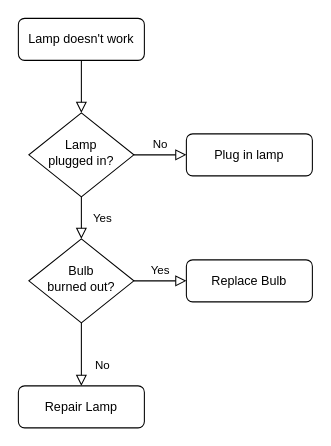
This is 操作系统线程状态关系.drawio from Rain-ziyu/img, a draw.io file, before an edit. Source tidied: cells renumbered, new cells numbered last; positions are measured from the earlier drawing's top-left corner, leaving out a move shared by most shapes. Both pictures are drawn from the tidied source at 105%, with x=0, y=0 at pixel (18, 18).
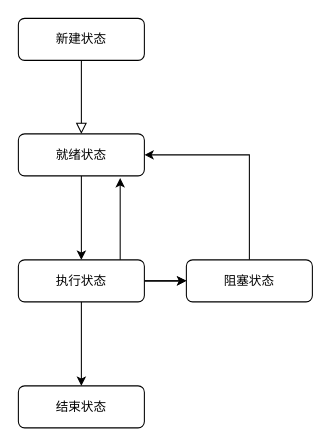
The same page after the edit.

Commit message:
更新操作系统线程状态关系.drawio

What changed in the source:
```diff
@@
 <mxGraphModel>
   <root>
     <mxCell id="0" />
     <mxCell id="1" parent="0" />
-    <mxCell id="2" style="rounded=0;html=1;jettySize=auto;fontSize=11;endArrow=block;endFill=0;endSize=8;strokeWidth=1;shadow=0;labelBackgroundColor=none;edgeStyle=orthogonalEdgeStyle;" parent="1" edge="1" source="3" target="6">
+    <mxCell id="2" style="rounded=0;html=1;jettySize=auto;fontSize=11;endArrow=block;endFill=0;endSize=8;strokeWidth=1;shadow=0;labelBackgroundColor=none;edgeStyle=orthogonalEdgeStyle;entryX=0.5;entryY=0;entryDx=0;entryDy=0;" parent="1" edge="1" source="3" target="15">
       <mxGeometry relative="1" as="geometry" />
     </mxCell>
-    <mxCell id="3" value="Lamp doesn't work" style="rounded=1;whiteSpace=wrap;html=1;fontSize=12;glass=0;strokeWidth=1;shadow=0;" parent="1" vertex="1">
+    <mxCell id="3" value="新建状态" style="rounded=1;whiteSpace=wrap;html=1;fontSize=12;glass=0;strokeWidth=1;shadow=0;" parent="1" vertex="1">
       <mxGeometry width="120" height="40" as="geometry" />
     </mxCell>
-    <mxCell id="4" value="Yes" style="rounded=0;html=1;jettySize=auto;fontSize=11;endArrow=block;endFill=0;endSize=8;strokeWidth=1;shadow=0;labelBackgroundColor=none;edgeStyle=orthogonalEdgeStyle;" parent="1" edge="1" source="6" target="10">
-      <mxGeometry y="20" relative="1" as="geometry" />
-    </mxCell>
-    <mxCell id="5" value="No" style="edgeStyle=orthogonalEdgeStyle;rounded=0;html=1;jettySize=auto;fontSize=11;endArrow=block;endFill=0;endSize=8;strokeWidth=1;shadow=0;labelBackgroundColor=none;" parent="1" edge="1" source="6" target="7">
-      <mxGeometry y="10" relative="1" as="geometry" />
-    </mxCell>
-    <mxCell id="6" value="Lamp&lt;br&gt;plugged in?" style="rhombus;whiteSpace=wrap;html=1;shadow=0;fontFamily=Helvetica;fontSize=12;align=center;strokeWidth=1;spacing=6;spacingTop=-4;" parent="1" vertex="1">
-      <mxGeometry x="10" y="90" width="100" height="80" as="geometry" />
-    </mxCell>
-    <mxCell id="7" value="Plug in lamp" style="rounded=1;whiteSpace=wrap;html=1;fontSize=12;glass=0;strokeWidth=1;shadow=0;" parent="1" vertex="1">
-      <mxGeometry x="160" y="110" width="120" height="40" as="geometry" />
-    </mxCell>
-    <mxCell id="8" value="No" style="rounded=0;html=1;jettySize=auto;fontSize=11;endArrow=block;endFill=0;endSize=8;strokeWidth=1;shadow=0;labelBackgroundColor=none;edgeStyle=orthogonalEdgeStyle;" parent="1" edge="1" source="10" target="11">
-      <mxGeometry x="0.33" y="20" relative="1" as="geometry" />
-    </mxCell>
-    <mxCell id="9" value="Yes" style="edgeStyle=orthogonalEdgeStyle;rounded=0;html=1;jettySize=auto;fontSize=11;endArrow=block;endFill=0;endSize=8;strokeWidth=1;shadow=0;labelBackgroundColor=none;" parent="1" edge="1" source="10" target="12">
-      <mxGeometry y="10" relative="1" as="geometry" />
-    </mxCell>
-    <mxCell id="10" value="Bulb&lt;br&gt;burned out?" style="rhombus;whiteSpace=wrap;html=1;shadow=0;fontFamily=Helvetica;fontSize=12;align=center;strokeWidth=1;spacing=6;spacingTop=-4;" parent="1" vertex="1">
-      <mxGeometry x="10" y="210" width="100" height="80" as="geometry" />
-    </mxCell>
-    <mxCell id="11" value="Repair Lamp" style="rounded=1;whiteSpace=wrap;html=1;fontSize=12;glass=0;strokeWidth=1;shadow=0;" parent="1" vertex="1">
+    <mxCell id="11" value="结束状态" style="rounded=1;whiteSpace=wrap;html=1;fontSize=12;glass=0;strokeWidth=1;shadow=0;" parent="1" vertex="1">
       <mxGeometry y="350" width="120" height="40" as="geometry" />
     </mxCell>
+    <mxCell id="13" style="edgeStyle=orthogonalEdgeStyle;rounded=0;jettySize=auto;html=1;entryX=1;entryY=0.5;entryDx=0;entryDy=0;" parent="1" edge="1" source="12" target="15">
+      <mxGeometry relative="1" as="geometry">
+        <Array as="points">
+          <mxPoint x="220" y="130" />
+        </Array>
+      </mxGeometry>
+    </mxCell>
-    <mxCell id="12" value="Replace Bulb" style="rounded=1;whiteSpace=wrap;html=1;fontSize=12;glass=0;strokeWidth=1;shadow=0;" parent="1" vertex="1">
+    <mxCell id="12" value="阻塞状态" style="rounded=1;whiteSpace=wrap;html=1;fontSize=12;glass=0;strokeWidth=1;shadow=0;" parent="1" vertex="1">
       <mxGeometry x="160" y="230" width="120" height="40" as="geometry" />
     </mxCell>
+    <mxCell id="14" style="edgeStyle=orthogonalEdgeStyle;rounded=0;jettySize=auto;html=1;" parent="1" edge="1" source="15" target="20">
+      <mxGeometry relative="1" as="geometry" />
+    </mxCell>
+    <mxCell id="15" value="就绪状态" style="rounded=1;whiteSpace=wrap;html=1;fontSize=12;glass=0;strokeWidth=1;shadow=0;" parent="1" vertex="1">
+      <mxGeometry y="110" width="120" height="40" as="geometry" />
+    </mxCell>
+    <mxCell id="16" style="edgeStyle=orthogonalEdgeStyle;rounded=0;jettySize=auto;html=1;entryX=0.5;entryY=0;entryDx=0;entryDy=0;" parent="1" edge="1" source="20" target="11">
+      <mxGeometry relative="1" as="geometry" />
+    </mxCell>
+    <mxCell id="17" style="edgeStyle=orthogonalEdgeStyle;rounded=0;jettySize=auto;html=1;" parent="1" edge="1" source="20" target="12">
+      <mxGeometry relative="1" as="geometry" />
+    </mxCell>
+    <mxCell id="18" style="edgeStyle=orthogonalEdgeStyle;rounded=0;jettySize=auto;html=1;entryX=0;entryY=0.5;entryDx=0;entryDy=0;" parent="1" edge="1" source="20" target="12">
+      <mxGeometry relative="1" as="geometry" />
+    </mxCell>
+    <mxCell id="19" style="edgeStyle=orthogonalEdgeStyle;rounded=0;jettySize=auto;html=1;entryX=0.808;entryY=1.05;entryDx=0;entryDy=0;entryPerimeter=0;exitX=0.808;exitY=0.05;exitDx=0;exitDy=0;exitPerimeter=0;" parent="1" edge="1" source="20" target="15">
+      <mxGeometry relative="1" as="geometry" />
+    </mxCell>
+    <mxCell id="20" value="执行状态" style="rounded=1;whiteSpace=wrap;html=1;fontSize=12;glass=0;strokeWidth=1;shadow=0;" parent="1" vertex="1">
+      <mxGeometry y="230" width="120" height="40" as="geometry" />
+    </mxCell>
   </root>
 </mxGraphModel>
```
